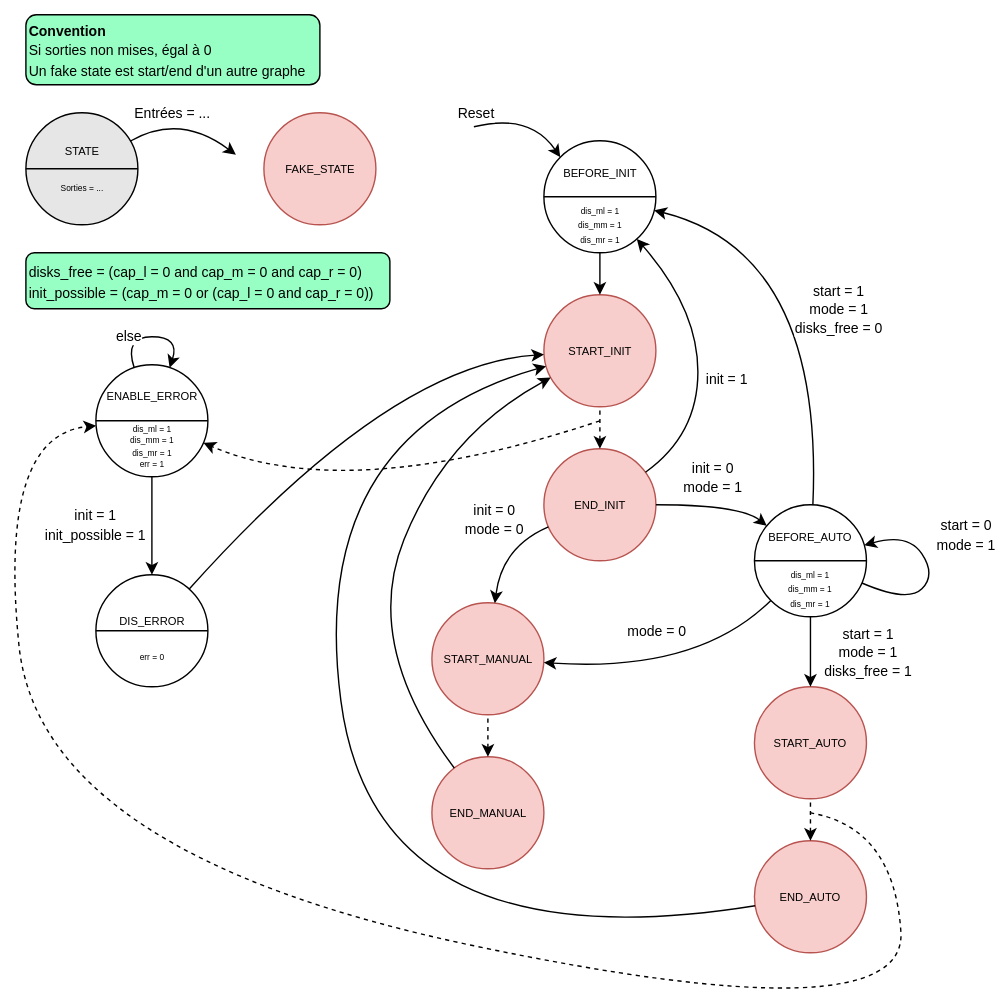
The draw.io diagram doc/images/state_global.svg in Schokiiiiiiii/csn26, before a commit. Source tidied: cells renumbered, new cells last; positions are measured from the earlier drawing's top-left corner, leaving out a move shared by most shapes.
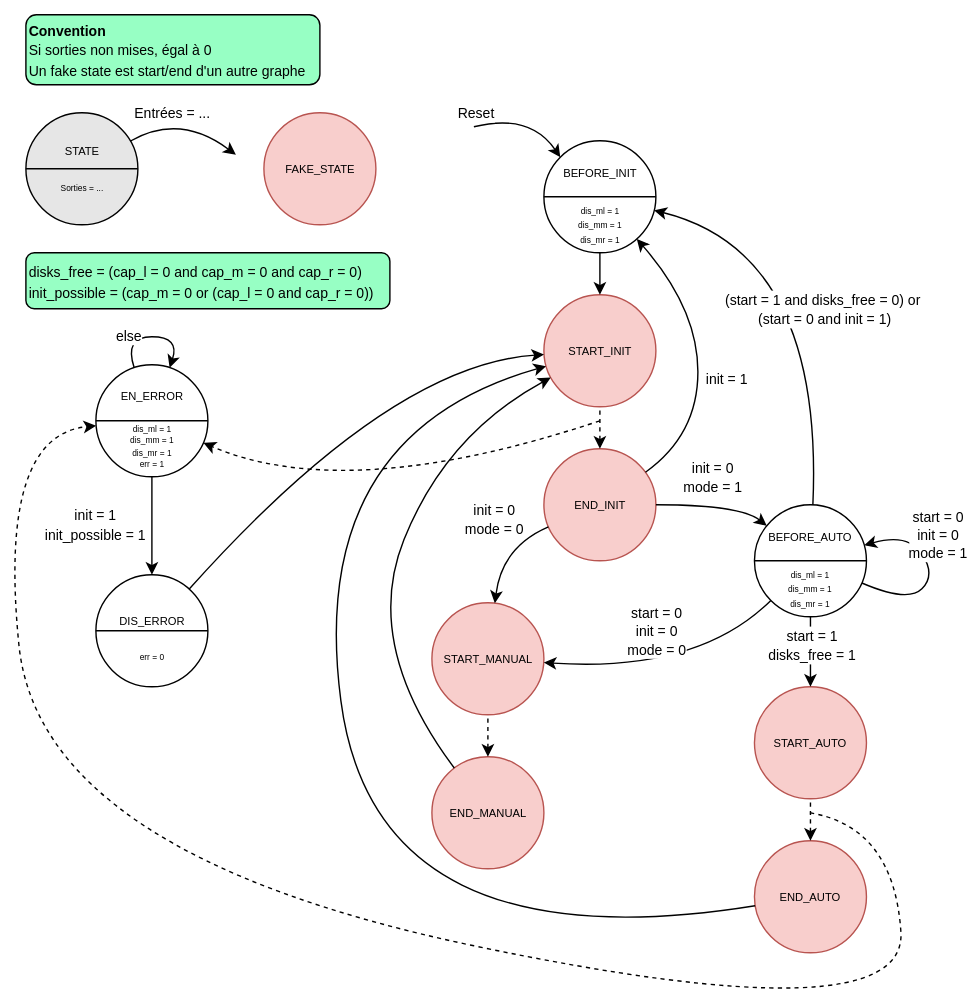
The same diagram one commit later.

The edit, as a diff of the source:
```diff
@@ -85,9 +85,9 @@
     <mxCell id="22" style="endArrow=classic;html=1;rounded=0;" parent="1" edge="1" source="18" target="15">
       <mxGeometry relative="1" as="geometry" />
     </mxCell>
-    <mxCell id="23" value="&lt;font style=&quot;font-size: 10px;&quot;&gt;start = 1&lt;/font&gt;&lt;div&gt;&lt;font style=&quot;font-size: 10px;&quot;&gt;mode = 1&lt;/font&gt;&lt;/div&gt;&lt;div&gt;&lt;font style=&quot;font-size: 10px;&quot;&gt;disks_free = 1&lt;/font&gt;&lt;/div&gt;" style="edgeLabel;html=1;align=center;verticalAlign=middle;" parent="22" vertex="1">
+    <mxCell id="23" value="&lt;span style=&quot;font-size: 10px;&quot;&gt;start = 1&lt;/span&gt;&lt;div&gt;&lt;span style=&quot;font-size: 10px;&quot;&gt;disks_free = 1&lt;/span&gt;&lt;/div&gt;" style="edgeLabel;html=1;align=center;verticalAlign=middle;" parent="22" vertex="1">
       <mxGeometry x="0.01" y="2" relative="1" as="geometry">
-        <mxPoint x="38" as="offset" />
+        <mxPoint x="-2" y="-5" as="offset" />
       </mxGeometry>
     </mxCell>
     <mxCell id="24" style="curved=1;endArrow=classic;html=1;rounded=0;" parent="1" edge="1" source="7" target="12">
@@ -111,9 +111,9 @@
         </Array>
       </mxGeometry>
     </mxCell>
-    <mxCell id="27" value="&lt;font style=&quot;font-size: 10px;&quot;&gt;start = 0&lt;/font&gt;&lt;div&gt;&lt;font style=&quot;font-size: 10px;&quot;&gt;mode = 1&lt;/font&gt;&lt;/div&gt;" style="edgeLabel;html=1;align=center;verticalAlign=middle;" parent="26" vertex="1">
+    <mxCell id="27" value="&lt;span style=&quot;font-size: 10px;&quot;&gt;start = 0&lt;/span&gt;&lt;div&gt;&lt;span style=&quot;font-size: 10px;&quot;&gt;init = 0&lt;/span&gt;&lt;/div&gt;&lt;div&gt;&lt;span style=&quot;font-size: 10px;&quot;&gt;mode = 1&lt;/span&gt;&lt;/div&gt;" style="edgeLabel;html=1;align=center;verticalAlign=middle;" parent="26" vertex="1">
       <mxGeometry x="0.06" y="4" relative="1" as="geometry">
-        <mxPoint x="27" y="-27" as="offset" />
+        <mxPoint x="7" y="-27" as="offset" />
       </mxGeometry>
     </mxCell>
     <mxCell id="28" style="curved=1;endArrow=classic;html=1;rounded=0;" parent="1" edge="1" source="18" target="12">
@@ -123,7 +123,7 @@
         </Array>
       </mxGeometry>
     </mxCell>
-    <mxCell id="29" value="&lt;font style=&quot;font-size: 10px;&quot;&gt;mode = 0&lt;/font&gt;" style="edgeLabel;html=1;align=center;verticalAlign=middle;" parent="28" vertex="1">
+    <mxCell id="29" value="&lt;font style=&quot;font-size: 10px;&quot;&gt;start = 0&lt;/font&gt;&lt;div&gt;&lt;font style=&quot;font-size: 10px;&quot;&gt;init = 0&lt;/font&gt;&lt;/div&gt;&lt;div&gt;&lt;span style=&quot;font-size: 10px;&quot;&gt;mode = 0&lt;/span&gt;&lt;/div&gt;" style="edgeLabel;html=1;align=center;verticalAlign=middle;" parent="28" vertex="1">
       <mxGeometry x="0.11" y="-10" relative="1" as="geometry">
         <mxPoint x="-2" y="-18" as="offset" />
       </mxGeometry>
@@ -135,9 +135,9 @@
         </Array>
       </mxGeometry>
     </mxCell>
-    <mxCell id="31" value="&lt;font style=&quot;font-size: 10px;&quot;&gt;start = 1&lt;/font&gt;&lt;div&gt;&lt;font style=&quot;font-size: 10px;&quot;&gt;mode = 1&lt;/font&gt;&lt;/div&gt;&lt;div&gt;&lt;font style=&quot;font-size: 10px;&quot;&gt;disks_free = 0&lt;/font&gt;&lt;/div&gt;" style="edgeLabel;html=1;align=center;verticalAlign=middle;" parent="30" vertex="1">
+    <mxCell id="31" value="&lt;font style=&quot;font-size: 10px;&quot;&gt;(start = 1 and disks_free = 0) or&amp;nbsp;&lt;/font&gt;&lt;div&gt;&lt;font style=&quot;font-size: 10px;&quot;&gt;(start = 0 and init = 1)&lt;/font&gt;&lt;/div&gt;" style="edgeLabel;html=1;align=center;verticalAlign=middle;" parent="30" vertex="1">
       <mxGeometry x="-0.17" y="24" relative="1" as="geometry">
-        <mxPoint x="36" y="-13" as="offset" />
+        <mxPoint x="26" y="-13" as="offset" />
       </mxGeometry>
     </mxCell>
     <mxCell id="32" value="&lt;font style=&quot;font-size: 10px;&quot;&gt;disks_free =&amp;nbsp;&lt;span style=&quot;background-color: transparent; color: light-dark(rgb(0, 0, 0), rgb(255, 255, 255));&quot;&gt;(cap_l = 0 and cap_m = 0 and cap_r = 0)&lt;/span&gt;&lt;/font&gt;&lt;div style=&quot;&quot;&gt;&lt;span style=&quot;background-color: transparent; color: light-dark(rgb(0, 0, 0), rgb(255, 255, 255));&quot;&gt;&lt;font style=&quot;font-size: 10px;&quot;&gt;init_possible = (cap_m = 0 or (cap_l = 0 and cap_r = 0))&lt;/font&gt;&lt;/span&gt;&lt;/div&gt;" style="rounded=1;whiteSpace=wrap;html=1;align=left;fillColor=#97FFC4;" parent="1" vertex="1">
@@ -159,7 +159,7 @@
         </Array>
       </mxGeometry>
     </mxCell>
-    <mxCell id="35" value="&lt;div style=&quot;line-height: 90%;&quot;&gt;&lt;br&gt;&lt;/div&gt;&lt;div style=&quot;line-height: 70%;&quot;&gt;&lt;font style=&quot;line-height: 90%;&quot;&gt;&lt;font style=&quot;font-size: 8px;&quot;&gt;ENABLE_ERROR&lt;/font&gt;&lt;/font&gt;&lt;/div&gt;&lt;div style=&quot;line-height: 70%;&quot;&gt;&lt;span style=&quot;font-size: 8px;&quot;&gt;&lt;br&gt;&lt;/span&gt;&lt;div&gt;&lt;span&gt;&lt;font style=&quot;font-size: 6px; line-height: 70%;&quot;&gt;dis_ml = 1&lt;/font&gt;&lt;/span&gt;&lt;/div&gt;&lt;div&gt;&lt;span&gt;&lt;font style=&quot;font-size: 6px; line-height: 70%;&quot;&gt;dis_mm = 1&lt;/font&gt;&lt;/span&gt;&lt;/div&gt;&lt;div&gt;&lt;span&gt;&lt;font style=&quot;font-size: 6px; line-height: 70%;&quot;&gt;dis_mr = 1&lt;/font&gt;&lt;/span&gt;&lt;/div&gt;&lt;div&gt;&lt;span style=&quot;font-size: 6px;&quot;&gt;err = 1&lt;/span&gt;&lt;/div&gt;&lt;/div&gt;" style="ellipse;whiteSpace=wrap;html=1;" parent="1" vertex="1">
+    <mxCell id="35" value="&lt;div style=&quot;line-height: 90%;&quot;&gt;&lt;br&gt;&lt;/div&gt;&lt;div style=&quot;line-height: 70%;&quot;&gt;&lt;font style=&quot;line-height: 90%;&quot;&gt;&lt;font style=&quot;font-size: 8px;&quot;&gt;EN_ERROR&lt;/font&gt;&lt;/font&gt;&lt;/div&gt;&lt;div style=&quot;line-height: 70%;&quot;&gt;&lt;span style=&quot;font-size: 8px;&quot;&gt;&lt;br&gt;&lt;/span&gt;&lt;div&gt;&lt;span&gt;&lt;font style=&quot;font-size: 6px; line-height: 70%;&quot;&gt;dis_ml = 1&lt;/font&gt;&lt;/span&gt;&lt;/div&gt;&lt;div&gt;&lt;span&gt;&lt;font style=&quot;font-size: 6px; line-height: 70%;&quot;&gt;dis_mm = 1&lt;/font&gt;&lt;/span&gt;&lt;/div&gt;&lt;div&gt;&lt;span&gt;&lt;font style=&quot;font-size: 6px; line-height: 70%;&quot;&gt;dis_mr = 1&lt;/font&gt;&lt;/span&gt;&lt;/div&gt;&lt;div&gt;&lt;span style=&quot;font-size: 6px;&quot;&gt;err = 1&lt;/span&gt;&lt;/div&gt;&lt;/div&gt;" style="ellipse;whiteSpace=wrap;html=1;" parent="1" vertex="1">
       <mxGeometry x="70" y="250" width="80" height="80" as="geometry" />
     </mxCell>
     <mxCell id="36" style="endArrow=none;html=1;rounded=0;exitX=0;exitY=0.5;exitDx=0;exitDy=0;entryX=1;entryY=0.5;entryDx=0;entryDy=0;" parent="1" edge="1" source="35" target="35">
```
